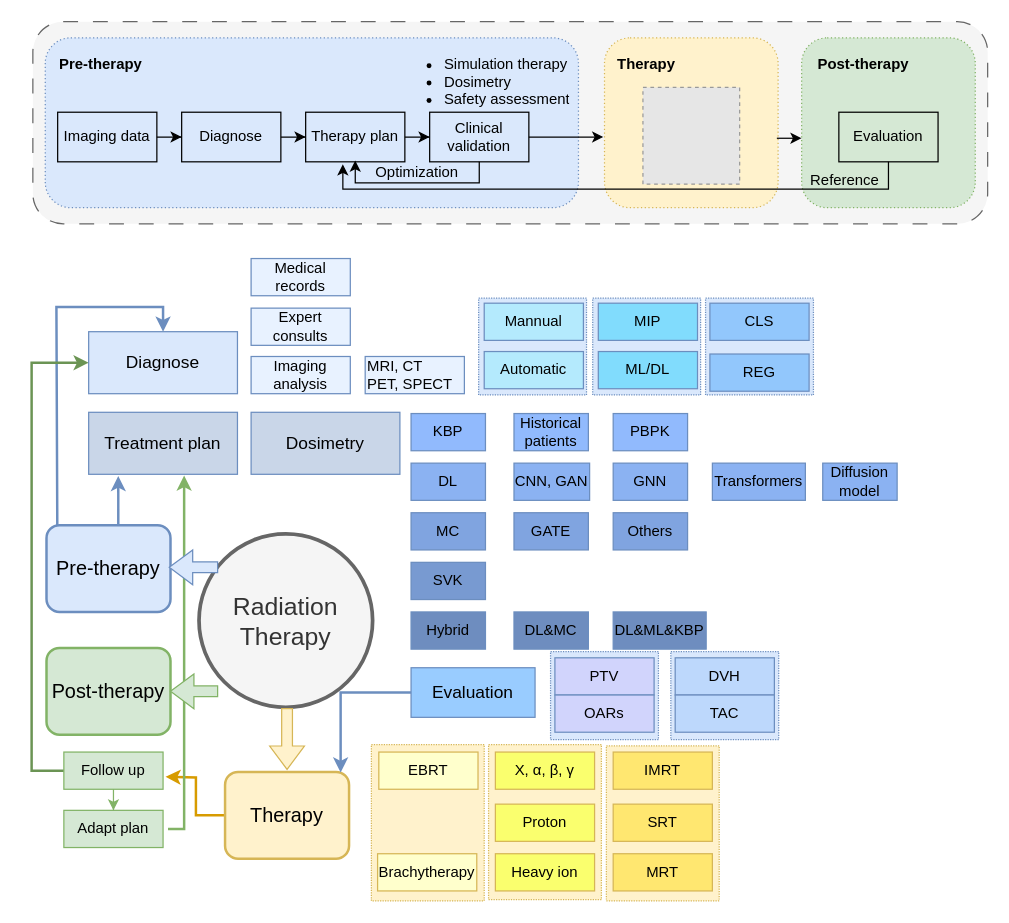
Above: page "radiation therapy" (4 of 5) of Fig_CS/source-file/work_treatment.drawio in jizhang02/Figure-Factory (draw.io), before the change. Source tidied: cells renumbered, new cells numbered last; positions are measured from the earlier drawing's top-left corner, leaving out a move shared by most shapes. Both pictures are drawn from the tidied source at 124%, with x=0, y=0 at pixel (31, 21). Pictures stored in the file or linked from it are replaced by grey dashed boxes.
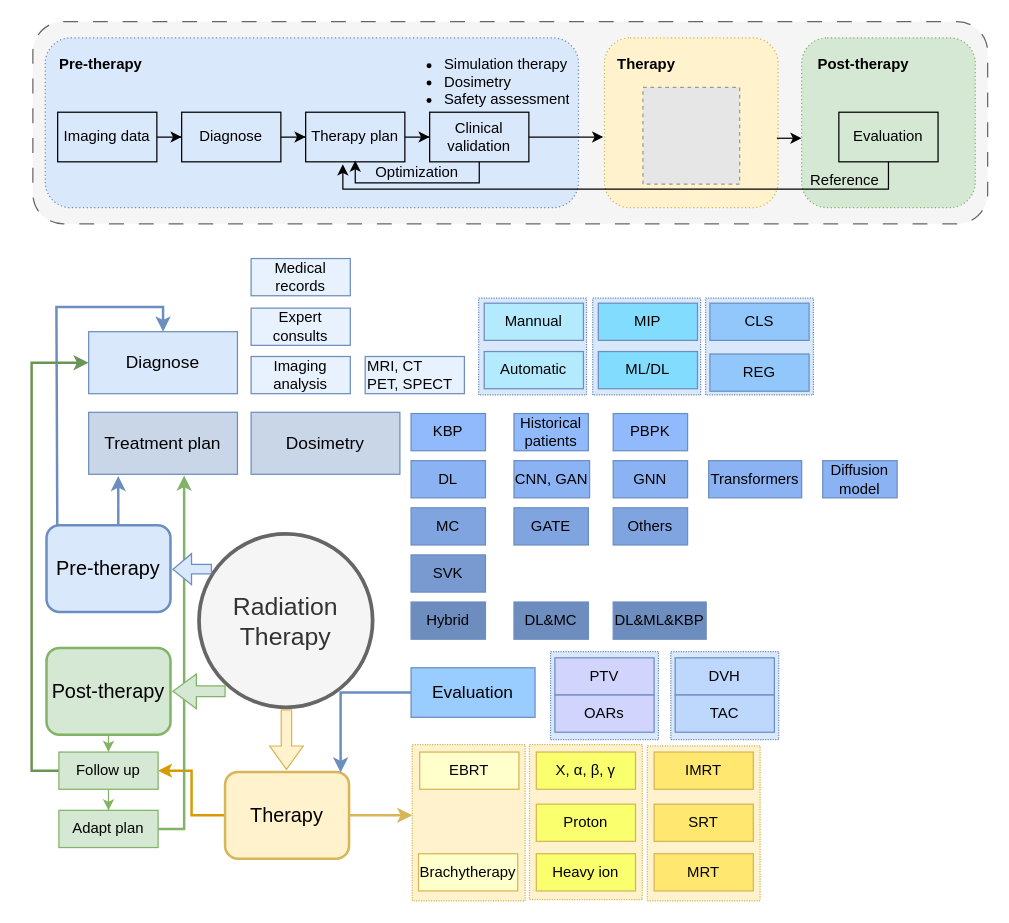
After the change.

Unchanged cells that the change refers to:
```xml
<mxCell id="37" value="Therapy" style="rounded=1;whiteSpace=wrap;html=1;fontSize=16;strokeWidth=2;fillColor=#fff2cc;strokeColor=#d6b656;" parent="1" vertex="1">
  <mxGeometry x="156" y="605" width="100" height="70" as="geometry" />
</mxCell>
<mxCell id="38" value="Post-therapy" style="rounded=1;whiteSpace=wrap;html=1;fontSize=16;strokeWidth=2;fillColor=#d5e8d4;strokeColor=#82b366;" parent="1" vertex="1">
  <mxGeometry x="12" y="505" width="100" height="70" as="geometry" />
</mxCell>
```

Change to the diagram source:
```diff
@@
     <mxCell id="7" style="rounded=0;whiteSpace=wrap;html=1;fillColor=#fff2cc;dashed=1;dashPattern=1 1;strokeColor=#d6b656;" parent="1" vertex="1">
-      <mxGeometry x="463.5" y="584" width="91" height="125" as="geometry" />
+      <mxGeometry x="496.5" y="584" width="91" height="125" as="geometry" />
     </mxCell>
     <mxCell id="8" style="rounded=0;whiteSpace=wrap;html=1;fillColor=#fff2cc;dashed=1;dashPattern=1 1;strokeColor=#d6b656;" parent="1" vertex="1">
-      <mxGeometry x="368.5" y="583" width="91" height="125" as="geometry" />
+      <mxGeometry x="401.5" y="583" width="91" height="125" as="geometry" />
     </mxCell>
     <mxCell id="9" style="rounded=0;whiteSpace=wrap;html=1;fillColor=#fff2cc;dashed=1;dashPattern=1 1;strokeColor=#d6b656;" parent="1" vertex="1">
-      <mxGeometry x="274" y="583" width="91" height="126" as="geometry" />
+      <mxGeometry x="307" y="583" width="91" height="126" as="geometry" />
     </mxCell>
@@
-    <mxCell id="36" style="edgeStyle=orthogonalEdgeStyle;rounded=0;jettySize=auto;html=1;exitX=0;exitY=0.5;exitDx=0;exitDy=0;fillColor=#ffe6cc;strokeColor=#d79b00;strokeWidth=2;" parent="1" edge="1" source="37">
+    <mxCell id="36" style="edgeStyle=orthogonalEdgeStyle;rounded=0;jettySize=auto;html=1;exitX=0;exitY=0.5;exitDx=0;exitDy=0;fillColor=#ffe6cc;strokeColor=#d79b00;strokeWidth=2;endSize=5;startSize=4;entryX=1;entryY=0.5;entryDx=0;entryDy=0;" parent="1" edge="1" source="37" target="41">
       <mxGeometry relative="1" as="geometry">
-        <mxPoint x="108" y="609" as="targetPoint" />
+        <Array as="points">
+          <mxPoint x="129" y="640" />
+          <mxPoint x="129" y="604" />
+        </Array>
       </mxGeometry>
     </mxCell>
+    <mxCell id="90" style="edgeStyle=orthogonalEdgeStyle;rounded=0;jettySize=auto;html=1;exitX=1;exitY=0.5;exitDx=0;exitDy=0;fillColor=#fff2cc;strokeColor=#d6b656;strokeWidth=2;" parent="1" edge="1" source="37">
+      <mxGeometry relative="1" as="geometry">
+        <mxPoint x="307" y="640" as="targetPoint" />
+        <Array as="points">
+          <mxPoint x="307" y="640" />
+        </Array>
+      </mxGeometry>
+    </mxCell>
@@
+    <mxCell id="91" style="edgeStyle=orthogonalEdgeStyle;rounded=0;jettySize=auto;html=1;exitX=0.5;exitY=1;exitDx=0;exitDy=0;entryX=0.5;entryY=0;entryDx=0;entryDy=0;fillColor=#d5e8d4;strokeColor=#82b366;" parent="1" edge="1" source="38" target="41">
+      <mxGeometry relative="1" as="geometry" />
+    </mxCell>
@@
     <mxCell id="41" value="Follow up" style="rounded=0;whiteSpace=wrap;html=1;fillColor=#d5e8d4;strokeColor=#82b366;" parent="1" vertex="1">
-      <mxGeometry x="26" y="589" width="80" height="30" as="geometry" />
+      <mxGeometry x="22" y="589" width="80" height="30" as="geometry" />
     </mxCell>
@@
-    <mxCell id="44" style="edgeStyle=orthogonalEdgeStyle;rounded=0;orthogonalLoop=1;jettySize=auto;html=1;exitX=1;exitY=0.5;exitDx=0;exitDy=0;fillColor=#d5e8d4;strokeColor=#82B366;strokeWidth=2;" parent="1" edge="1">
+    <mxCell id="44" style="edgeStyle=orthogonalEdgeStyle;rounded=0;jettySize=auto;html=1;exitX=1;exitY=0.5;exitDx=0;exitDy=0;fillColor=#d5e8d4;strokeColor=#82B366;strokeWidth=2;" parent="1" edge="1" source="45">
       <mxGeometry relative="1" as="geometry">
-        <mxPoint x="110" y="651" as="sourcePoint" />
         <mxPoint x="123" y="366" as="targetPoint" />
         <Array as="points">
           <mxPoint x="123" y="651" />
         </Array>
       </mxGeometry>
     </mxCell>
     <mxCell id="45" value="Adapt plan" style="rounded=0;whiteSpace=wrap;html=1;fillColor=#d5e8d4;strokeColor=#82b366;" parent="1" vertex="1">
-      <mxGeometry x="26" y="636" width="80" height="30" as="geometry" />
+      <mxGeometry x="22" y="636" width="80" height="30" as="geometry" />
     </mxCell>
     <mxCell id="46" value="EBRT" style="rounded=0;whiteSpace=wrap;html=1;fillColor=#FFFFCC;strokeColor=#d6b656;" parent="1" vertex="1">
-      <mxGeometry x="280" y="589" width="80" height="30" as="geometry" />
+      <mxGeometry x="313" y="589" width="80" height="30" as="geometry" />
     </mxCell>
     <mxCell id="47" value="Brachytherapy" style="rounded=0;whiteSpace=wrap;html=1;fillColor=#FFFFCC;strokeColor=#d6b656;" parent="1" vertex="1">
-      <mxGeometry x="279" y="671" width="80" height="30" as="geometry" />
+      <mxGeometry x="312" y="671" width="80" height="30" as="geometry" />
     </mxCell>
     <mxCell id="48" value="X, α, β, γ" style="rounded=0;whiteSpace=wrap;html=1;fillColor=#FAFF6E;strokeColor=#d6b656;" parent="1" vertex="1">
-      <mxGeometry x="374" y="589" width="80" height="30" as="geometry" />
+      <mxGeometry x="407" y="589" width="80" height="30" as="geometry" />
     </mxCell>
     <mxCell id="49" value="Proton" style="rounded=0;whiteSpace=wrap;html=1;fillColor=#FAFF6E;strokeColor=#d6b656;" parent="1" vertex="1">
-      <mxGeometry x="374" y="631" width="80" height="30" as="geometry" />
+      <mxGeometry x="407" y="631" width="80" height="30" as="geometry" />
     </mxCell>
     <mxCell id="50" value="Heavy ion" style="rounded=0;whiteSpace=wrap;html=1;fillColor=#FAFF6E;strokeColor=#d6b656;" parent="1" vertex="1">
-      <mxGeometry x="374" y="671" width="80" height="30" as="geometry" />
+      <mxGeometry x="407" y="671" width="80" height="30" as="geometry" />
     </mxCell>
     <mxCell id="51" value="IMRT" style="rounded=0;whiteSpace=wrap;html=1;fillColor=#FFE770;strokeColor=#d6b656;" parent="1" vertex="1">
-      <mxGeometry x="469" y="589" width="80" height="30" as="geometry" />
+      <mxGeometry x="502" y="589" width="80" height="30" as="geometry" />
     </mxCell>
     <mxCell id="52" value="SRT" style="rounded=0;whiteSpace=wrap;html=1;fillColor=#FFE770;strokeColor=#d6b656;" parent="1" vertex="1">
-      <mxGeometry x="469" y="631" width="80" height="30" as="geometry" />
+      <mxGeometry x="502" y="631" width="80" height="30" as="geometry" />
     </mxCell>
     <mxCell id="53" value="MRT" style="rounded=0;whiteSpace=wrap;html=1;fillColor=#FFE770;strokeColor=#d6b656;" parent="1" vertex="1">
-      <mxGeometry x="469" y="671" width="80" height="30" as="geometry" />
+      <mxGeometry x="502" y="671" width="80" height="30" as="geometry" />
     </mxCell>
@@
     <mxCell id="61" value="DL" style="rounded=0;whiteSpace=wrap;html=1;fillColor=#8BB2F2;strokeColor=#6c8ebf;" parent="1" vertex="1">
-      <mxGeometry x="306" y="356" width="60" height="30" as="geometry" />
+      <mxGeometry x="306" y="354" width="60" height="30" as="geometry" />
     </mxCell>
     <mxCell id="62" value="MC" style="rounded=0;whiteSpace=wrap;html=1;fillColor=#80A4E0;strokeColor=#6c8ebf;" parent="1" vertex="1">
-      <mxGeometry x="306" y="396" width="60" height="30" as="geometry" />
+      <mxGeometry x="306" y="392" width="60" height="30" as="geometry" />
     </mxCell>
     <mxCell id="63" value="SVK" style="rounded=0;whiteSpace=wrap;html=1;fillColor=#789AD1;strokeColor=#6c8ebf;" parent="1" vertex="1">
-      <mxGeometry x="306" y="436" width="60" height="30" as="geometry" />
+      <mxGeometry x="306" y="430" width="60" height="30" as="geometry" />
     </mxCell>
     <mxCell id="64" value="Hybrid" style="rounded=0;whiteSpace=wrap;html=1;fillColor=#6E8DBF;strokeColor=#6c8ebf;" parent="1" vertex="1">
-      <mxGeometry x="306" y="476" width="60" height="30" as="geometry" />
+      <mxGeometry x="306" y="468" width="60" height="30" as="geometry" />
     </mxCell>
@@
     <mxCell id="71" value="CNN, GAN" style="rounded=0;whiteSpace=wrap;html=1;fillColor=#8bb2f2;strokeColor=#6c8ebf;" parent="1" vertex="1">
-      <mxGeometry x="389" y="356" width="61" height="30" as="geometry" />
+      <mxGeometry x="389" y="354" width="61" height="30" as="geometry" />
     </mxCell>
     <mxCell id="72" value="GNN" style="rounded=0;whiteSpace=wrap;html=1;fillColor=#8bb2f2;strokeColor=#6c8ebf;" parent="1" vertex="1">
-      <mxGeometry x="469" y="356" width="60" height="30" as="geometry" />
+      <mxGeometry x="469" y="354" width="60" height="30" as="geometry" />
     </mxCell>
     <mxCell id="73" value="Transformers" style="rounded=0;whiteSpace=wrap;html=1;fillColor=#8bb2f2;strokeColor=#6c8ebf;" parent="1" vertex="1">
-      <mxGeometry x="549" y="356" width="75" height="30" as="geometry" />
+      <mxGeometry x="546" y="354" width="75" height="30" as="geometry" />
     </mxCell>
     <mxCell id="74" value="Diffusion model" style="rounded=0;whiteSpace=wrap;html=1;fillColor=#8bb2f2;strokeColor=#6c8ebf;" parent="1" vertex="1">
-      <mxGeometry x="638" y="356" width="60" height="30" as="geometry" />
+      <mxGeometry x="638" y="354" width="60" height="30" as="geometry" />
     </mxCell>
     <mxCell id="75" value="GATE" style="rounded=0;whiteSpace=wrap;html=1;fillColor=#80a4e0;strokeColor=#6c8ebf;" parent="1" vertex="1">
-      <mxGeometry x="389" y="396" width="60" height="30" as="geometry" />
+      <mxGeometry x="389" y="392" width="60" height="30" as="geometry" />
     </mxCell>
     <mxCell id="76" value="Others" style="rounded=0;whiteSpace=wrap;html=1;fillColor=#80a4e0;strokeColor=#6c8ebf;" parent="1" vertex="1">
-      <mxGeometry x="469" y="396" width="60" height="30" as="geometry" />
+      <mxGeometry x="469" y="392" width="60" height="30" as="geometry" />
     </mxCell>
     <mxCell id="77" value="DL&amp;amp;MC" style="rounded=0;whiteSpace=wrap;html=1;fillColor=#6e8dbf;strokeColor=#6c8ebf;" parent="1" vertex="1">
-      <mxGeometry x="389" y="476" width="60" height="30" as="geometry" />
+      <mxGeometry x="389" y="468" width="60" height="30" as="geometry" />
     </mxCell>
@@
     <mxCell id="79" value="DL&amp;amp;ML&amp;amp;KBP" style="rounded=0;whiteSpace=wrap;html=1;fillColor=#6e8dbf;strokeColor=#6c8ebf;" parent="1" vertex="1">
-      <mxGeometry x="469" y="476" width="75" height="30" as="geometry" />
+      <mxGeometry x="469" y="468" width="75" height="30" as="geometry" />
     </mxCell>
@@
     <mxCell id="86" style="html=1;shadow=0;dashed=0;align=center;verticalAlign=middle;shape=mxgraph.arrows2.arrow;dy=0.69;dx=18.89;flipH=1;notch=0;fillColor=#d5e8d4;strokeColor=#82b366;" parent="1" vertex="1">
-      <mxGeometry x="112" y="526" width="38" height="28" as="geometry" />
+      <mxGeometry x="114" y="526" width="42" height="28" as="geometry" />
     </mxCell>
-    <mxCell id="87" style="html=1;shadow=0;dashed=0;align=center;verticalAlign=middle;shape=mxgraph.arrows2.arrow;dy=0.69;dx=18.89;flipH=1;notch=0;fillColor=#dae8fc;strokeColor=#6c8ebf;" parent="1" vertex="1">
-      <mxGeometry x="111" y="426" width="39" height="28" as="geometry" />
+    <mxCell id="87" style="html=1;shadow=0;dashed=0;align=center;verticalAlign=middle;shape=mxgraph.arrows2.arrow;dy=0.69;dx=14.96;flipH=1;notch=0;fillColor=#dae8fc;strokeColor=#6c8ebf;" parent="1" vertex="1">
+      <mxGeometry x="114" y="429" width="31" height="25" as="geometry" />
     </mxCell>
     <mxCell id="88" style="html=1;shadow=0;dashed=0;align=center;verticalAlign=middle;shape=mxgraph.arrows2.arrow;dy=0.69;dx=18.89;flipH=1;notch=0;rotation=270;fillColor=#fff2cc;strokeColor=#d6b656;" parent="1" vertex="1">
-      <mxGeometry x="181.5" y="564.5" width="49" height="28" as="geometry" />
+      <mxGeometry x="181.5" y="565.5" width="48" height="27" as="geometry" />
     </mxCell>
```
